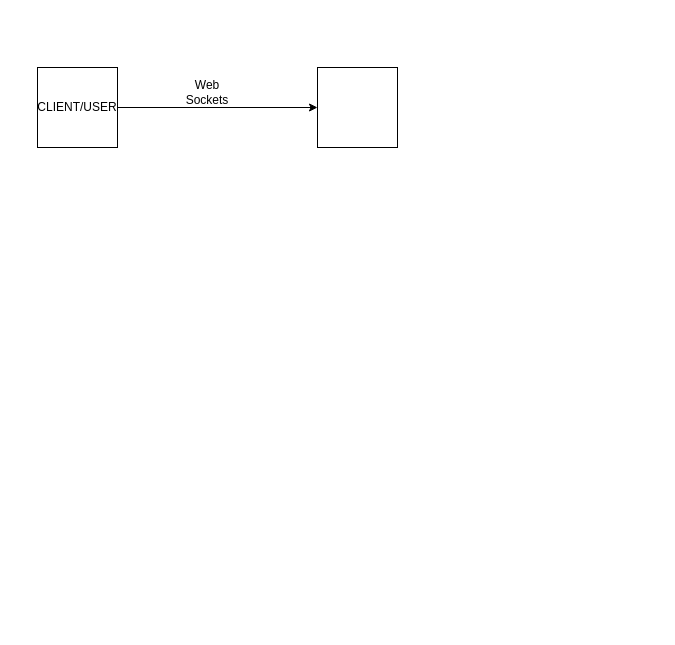
Above: Untitled Diagram.drawio in WannerPro/WannerPro (draw.io), before the change. Source tidied: cells renumbered, new cells numbered last; positions are measured from the earlier drawing's top-left corner, leaving out a move shared by most shapes. Both pictures are drawn from the tidied source at 100%, with x=0, y=0 at pixel (37, 67).
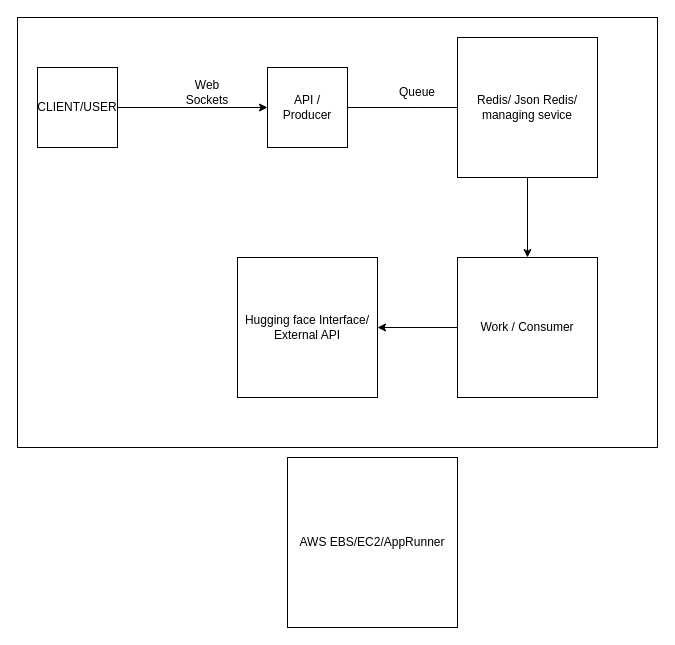
The same diagram, later.

The edit, as a diff of the source:
```diff
@@
 <mxGraphModel>
   <root>
     <mxCell id="0" />
     <mxCell id="1" parent="0" />
+    <mxCell id="6" style="rounded=0;whiteSpace=wrap;html=1;" parent="1" vertex="1">
+      <mxGeometry x="-20" y="-50" width="640" height="430" as="geometry" />
+    </mxCell>
     <mxCell id="2" style="edgeStyle=orthogonalEdgeStyle;rounded=0;jettySize=auto;html=1;" parent="1" edge="1" source="3" target="4">
       <mxGeometry relative="1" as="geometry" />
     </mxCell>
     <mxCell id="3" value="CLIENT/USER" style="whiteSpace=wrap;html=1;" parent="1" vertex="1">
       <mxGeometry width="80" height="80" as="geometry" />
     </mxCell>
+    <mxCell id="7" style="edgeStyle=orthogonalEdgeStyle;rounded=0;jettySize=auto;html=1;" parent="1" edge="1" source="4">
+      <mxGeometry relative="1" as="geometry">
+        <mxPoint x="450" y="40" as="targetPoint" />
+      </mxGeometry>
+    </mxCell>
-    <mxCell id="4" style="whiteSpace=wrap;html=1;" parent="1" vertex="1">
-      <mxGeometry x="280" width="80" height="80" as="geometry" />
+    <mxCell id="4" value="API / Producer" style="whiteSpace=wrap;html=1;" parent="1" vertex="1">
+      <mxGeometry x="230" width="80" height="80" as="geometry" />
     </mxCell>
     <mxCell id="5" value="Web Sockets" style="text;html=1;align=center;verticalAlign=middle;whiteSpace=wrap;rounded=0;" parent="1" vertex="1">
       <mxGeometry x="140" y="10" width="60" height="30" as="geometry" />
     </mxCell>
+    <mxCell id="8" style="edgeStyle=orthogonalEdgeStyle;rounded=0;jettySize=auto;html=1;" parent="1" edge="1" source="9" target="13">
+      <mxGeometry relative="1" as="geometry" />
+    </mxCell>
+    <mxCell id="9" style="whiteSpace=wrap;html=1;" parent="1" vertex="1">
+      <mxGeometry x="420" y="-30" width="140" height="140" as="geometry" />
+    </mxCell>
+    <mxCell id="10" value="Queue" style="text;html=1;align=center;verticalAlign=middle;whiteSpace=wrap;rounded=0;" parent="1" vertex="1">
+      <mxGeometry x="350" y="10" width="60" height="30" as="geometry" />
+    </mxCell>
+    <mxCell id="11" value="Redis/ Json Redis/&lt;div&gt;managing sevice&lt;/div&gt;" style="text;html=1;align=center;verticalAlign=middle;whiteSpace=wrap;rounded=0;" parent="1" vertex="1">
+      <mxGeometry x="430" y="-10" width="120" height="100" as="geometry" />
+    </mxCell>
+    <mxCell id="12" style="edgeStyle=orthogonalEdgeStyle;rounded=0;jettySize=auto;html=1;" parent="1" edge="1" source="13" target="14">
+      <mxGeometry relative="1" as="geometry" />
+    </mxCell>
+    <mxCell id="13" value="Work / Consumer" style="whiteSpace=wrap;html=1;" parent="1" vertex="1">
+      <mxGeometry x="420" y="190" width="140" height="140" as="geometry" />
+    </mxCell>
+    <mxCell id="14" value="Hugging face Interface/ External API" style="whiteSpace=wrap;html=1;" parent="1" vertex="1">
+      <mxGeometry x="200" y="190" width="140" height="140" as="geometry" />
+    </mxCell>
+    <mxCell id="15" value="AWS EBS/EC2/AppRunner" style="whiteSpace=wrap;html=1;" parent="1" vertex="1">
+      <mxGeometry x="250" y="390" width="170" height="170" as="geometry" />
+    </mxCell>
   </root>
 </mxGraphModel>
```
